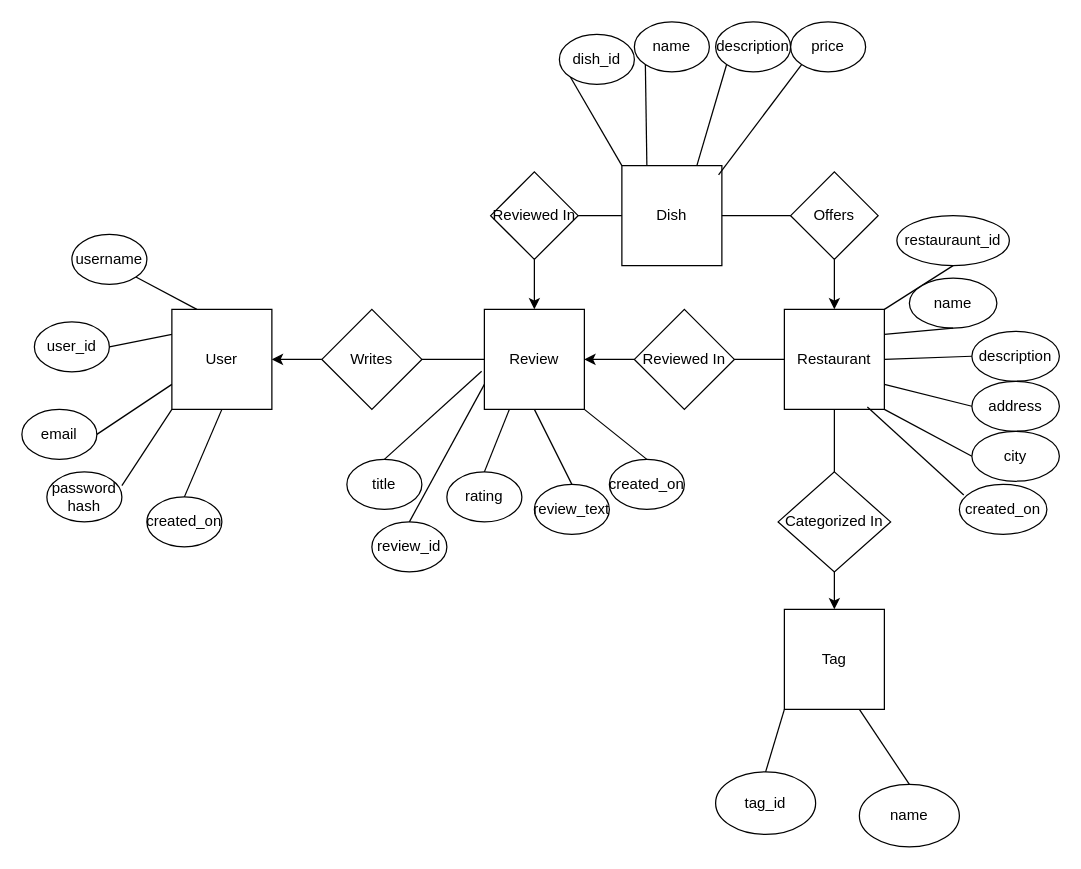
The draw.io diagram diagrams/ERD.drawio in milesrose13/VictoriaEats, before the edit. Source tidied: cells renumbered, new cells numbered last; positions are measured from the earlier drawing's top-left corner, leaving out a move shared by most shapes. Both pictures are drawn from the tidied source at 125%, with x=0, y=0 at pixel (21, 21).
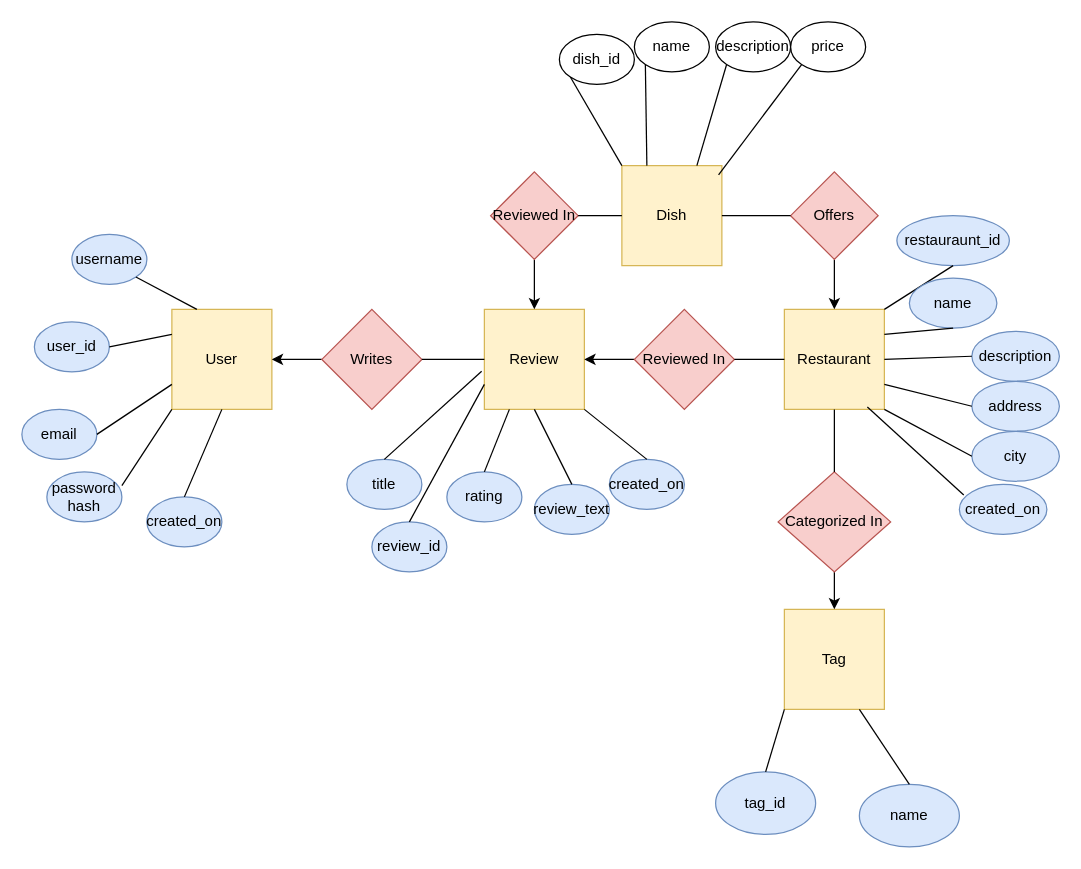
The same page after the edit.

Change to the diagram source:
```diff
@@
-    <mxCell id="2" value="User" style="whiteSpace=wrap;html=1;" parent="1" vertex="1">
+    <mxCell id="2" value="User" style="whiteSpace=wrap;html=1;fillColor=#fff2cc;strokeColor=#d6b656;" parent="1" vertex="1">
       <mxGeometry x="120" y="230" width="80" height="80" as="geometry" />
     </mxCell>
-    <mxCell id="3" value="Review" style="whiteSpace=wrap;html=1;" parent="1" vertex="1">
+    <mxCell id="3" value="Review" style="whiteSpace=wrap;html=1;fillColor=#fff2cc;strokeColor=#d6b656;" parent="1" vertex="1">
       <mxGeometry x="370" y="230" width="80" height="80" as="geometry" />
     </mxCell>
-    <mxCell id="4" value="Restaurant" style="whiteSpace=wrap;html=1;" parent="1" vertex="1">
+    <mxCell id="4" value="Restaurant" style="whiteSpace=wrap;html=1;fillColor=#fff2cc;strokeColor=#d6b656;" parent="1" vertex="1">
       <mxGeometry x="610" y="230" width="80" height="80" as="geometry" />
     </mxCell>
@@
-    <mxCell id="6" value="Writes" style="rhombus;whiteSpace=wrap;html=1;" parent="1" vertex="1">
+    <mxCell id="6" value="Writes" style="rhombus;whiteSpace=wrap;html=1;fillColor=#f8cecc;strokeColor=#b85450;" parent="1" vertex="1">
       <mxGeometry x="240" y="230" width="80" height="80" as="geometry" />
     </mxCell>
@@
-    <mxCell id="8" value="Reviewed In" style="rhombus;whiteSpace=wrap;html=1;" parent="1" vertex="1">
+    <mxCell id="8" value="Reviewed In" style="rhombus;whiteSpace=wrap;html=1;fillColor=#f8cecc;strokeColor=#b85450;" parent="1" vertex="1">
       <mxGeometry x="490" y="230" width="80" height="80" as="geometry" />
     </mxCell>
-    <mxCell id="9" value="&lt;div&gt;Tag&lt;/div&gt;" style="whiteSpace=wrap;html=1;" parent="1" vertex="1">
+    <mxCell id="9" value="&lt;div&gt;Tag&lt;/div&gt;" style="whiteSpace=wrap;html=1;fillColor=#fff2cc;strokeColor=#d6b656;" parent="1" vertex="1">
       <mxGeometry x="610" y="470" width="80" height="80" as="geometry" />
     </mxCell>
@@
-    <mxCell id="11" value="Categorized In" style="rhombus;whiteSpace=wrap;html=1;" parent="1" vertex="1">
+    <mxCell id="11" value="Categorized In" style="rhombus;whiteSpace=wrap;html=1;fillColor=#f8cecc;strokeColor=#b85450;" parent="1" vertex="1">
       <mxGeometry x="605" y="360" width="90" height="80" as="geometry" />
     </mxCell>
@@
-    <mxCell id="15" value="email" style="ellipse;whiteSpace=wrap;html=1;" parent="1" vertex="1">
+    <mxCell id="15" value="email" style="ellipse;whiteSpace=wrap;html=1;fillColor=#dae8fc;strokeColor=#6c8ebf;" parent="1" vertex="1">
       <mxGeometry y="310" width="60" height="40" as="geometry" />
     </mxCell>
-    <mxCell id="16" value="password hash" style="ellipse;whiteSpace=wrap;html=1;" parent="1" vertex="1">
+    <mxCell id="16" value="password hash" style="ellipse;whiteSpace=wrap;html=1;fillColor=#dae8fc;strokeColor=#6c8ebf;" parent="1" vertex="1">
       <mxGeometry x="20" y="360" width="60" height="40" as="geometry" />
     </mxCell>
-    <mxCell id="17" value="user_id" style="ellipse;whiteSpace=wrap;html=1;" parent="1" vertex="1">
+    <mxCell id="17" value="user_id" style="ellipse;whiteSpace=wrap;html=1;fillColor=#dae8fc;strokeColor=#6c8ebf;" parent="1" vertex="1">
       <mxGeometry x="10" y="240" width="60" height="40" as="geometry" />
     </mxCell>
-    <mxCell id="18" value="created_on" style="ellipse;whiteSpace=wrap;html=1;" parent="1" vertex="1">
+    <mxCell id="18" value="created_on" style="ellipse;whiteSpace=wrap;html=1;fillColor=#dae8fc;strokeColor=#6c8ebf;" parent="1" vertex="1">
       <mxGeometry x="100" y="380" width="60" height="40" as="geometry" />
     </mxCell>
-    <mxCell id="19" value="username" style="ellipse;whiteSpace=wrap;html=1;" parent="1" vertex="1">
+    <mxCell id="19" value="username" style="ellipse;whiteSpace=wrap;html=1;fillColor=#dae8fc;strokeColor=#6c8ebf;" parent="1" vertex="1">
       <mxGeometry x="40" y="170" width="60" height="40" as="geometry" />
     </mxCell>
@@
-    <mxCell id="25" value="Dish" style="whiteSpace=wrap;html=1;" parent="1" vertex="1">
+    <mxCell id="25" value="Dish" style="whiteSpace=wrap;html=1;fillColor=#fff2cc;strokeColor=#d6b656;" parent="1" vertex="1">
       <mxGeometry x="480" y="115" width="80" height="80" as="geometry" />
     </mxCell>
@@
-    <mxCell id="27" value="Reviewed In" style="rhombus;whiteSpace=wrap;html=1;" parent="1" vertex="1">
+    <mxCell id="27" value="Reviewed In" style="rhombus;whiteSpace=wrap;html=1;fillColor=#f8cecc;strokeColor=#b85450;" parent="1" vertex="1">
       <mxGeometry x="375" y="120" width="70" height="70" as="geometry" />
     </mxCell>
@@
-    <mxCell id="29" value="Offers" style="rhombus;whiteSpace=wrap;html=1;" parent="1" vertex="1">
+    <mxCell id="29" value="Offers" style="rhombus;whiteSpace=wrap;html=1;fillColor=#f8cecc;strokeColor=#b85450;" parent="1" vertex="1">
       <mxGeometry x="615" y="120" width="70" height="70" as="geometry" />
     </mxCell>
@@
-    <mxCell id="32" value="review_id" style="ellipse;whiteSpace=wrap;html=1;" parent="1" vertex="1">
+    <mxCell id="32" value="review_id" style="ellipse;whiteSpace=wrap;html=1;fillColor=#dae8fc;strokeColor=#6c8ebf;" parent="1" vertex="1">
       <mxGeometry x="280" y="400" width="60" height="40" as="geometry" />
     </mxCell>
@@
-    <mxCell id="34" value="rating" style="ellipse;whiteSpace=wrap;html=1;" parent="1" vertex="1">
+    <mxCell id="34" value="rating" style="ellipse;whiteSpace=wrap;html=1;fillColor=#dae8fc;strokeColor=#6c8ebf;" parent="1" vertex="1">
       <mxGeometry x="340" y="360" width="60" height="40" as="geometry" />
     </mxCell>
@@
-    <mxCell id="36" value="review_text" style="ellipse;whiteSpace=wrap;html=1;" parent="1" vertex="1">
+    <mxCell id="36" value="review_text" style="ellipse;whiteSpace=wrap;html=1;fillColor=#dae8fc;strokeColor=#6c8ebf;" parent="1" vertex="1">
       <mxGeometry x="410" y="370" width="60" height="40" as="geometry" />
     </mxCell>
@@
-    <mxCell id="38" value="created_on" style="ellipse;whiteSpace=wrap;html=1;" parent="1" vertex="1">
+    <mxCell id="38" value="created_on" style="ellipse;whiteSpace=wrap;html=1;fillColor=#dae8fc;strokeColor=#6c8ebf;" parent="1" vertex="1">
       <mxGeometry x="470" y="350" width="60" height="40" as="geometry" />
     </mxCell>
@@
-    <mxCell id="42" value="&lt;div&gt;title&lt;/div&gt;" style="ellipse;whiteSpace=wrap;html=1;" parent="1" vertex="1">
+    <mxCell id="42" value="&lt;div&gt;title&lt;/div&gt;" style="ellipse;whiteSpace=wrap;html=1;fillColor=#dae8fc;strokeColor=#6c8ebf;" parent="1" vertex="1">
       <mxGeometry x="260" y="350" width="60" height="40" as="geometry" />
     </mxCell>
@@
-    <mxCell id="50" value="restauraunt_id" style="ellipse;whiteSpace=wrap;html=1;" parent="1" vertex="1">
+    <mxCell id="50" value="restauraunt_id" style="ellipse;whiteSpace=wrap;html=1;fillColor=#dae8fc;strokeColor=#6c8ebf;" parent="1" vertex="1">
       <mxGeometry x="700" y="155" width="90" height="40" as="geometry" />
     </mxCell>
@@
-    <mxCell id="52" value="name" style="ellipse;whiteSpace=wrap;html=1;" parent="1" vertex="1">
+    <mxCell id="52" value="name" style="ellipse;whiteSpace=wrap;html=1;fillColor=#dae8fc;strokeColor=#6c8ebf;" parent="1" vertex="1">
       <mxGeometry x="710" y="205" width="70" height="40" as="geometry" />
     </mxCell>
@@
-    <mxCell id="54" value="description" style="ellipse;whiteSpace=wrap;html=1;" parent="1" vertex="1">
+    <mxCell id="54" value="description" style="ellipse;whiteSpace=wrap;html=1;fillColor=#dae8fc;strokeColor=#6c8ebf;" parent="1" vertex="1">
       <mxGeometry x="760" y="247.5" width="70" height="40" as="geometry" />
     </mxCell>
@@
-    <mxCell id="56" value="address" style="ellipse;whiteSpace=wrap;html=1;" parent="1" vertex="1">
+    <mxCell id="56" value="address" style="ellipse;whiteSpace=wrap;html=1;fillColor=#dae8fc;strokeColor=#6c8ebf;" parent="1" vertex="1">
       <mxGeometry x="760" y="287.5" width="70" height="40" as="geometry" />
     </mxCell>
@@
-    <mxCell id="58" value="city" style="ellipse;whiteSpace=wrap;html=1;" parent="1" vertex="1">
+    <mxCell id="58" value="city" style="ellipse;whiteSpace=wrap;html=1;fillColor=#dae8fc;strokeColor=#6c8ebf;" parent="1" vertex="1">
       <mxGeometry x="760" y="327.5" width="70" height="40" as="geometry" />
     </mxCell>
@@
-    <mxCell id="60" value="created_on" style="ellipse;whiteSpace=wrap;html=1;" parent="1" vertex="1">
+    <mxCell id="60" value="created_on" style="ellipse;whiteSpace=wrap;html=1;fillColor=#dae8fc;strokeColor=#6c8ebf;" parent="1" vertex="1">
       <mxGeometry x="750" y="370" width="70" height="40" as="geometry" />
     </mxCell>
@@
-    <mxCell id="62" value="tag_id" style="ellipse;whiteSpace=wrap;html=1;" parent="1" vertex="1">
+    <mxCell id="62" value="tag_id" style="ellipse;whiteSpace=wrap;html=1;fillColor=#dae8fc;strokeColor=#6c8ebf;" parent="1" vertex="1">
       <mxGeometry x="555" y="600" width="80" height="50" as="geometry" />
     </mxCell>
-    <mxCell id="63" value="name" style="ellipse;whiteSpace=wrap;html=1;" parent="1" vertex="1">
+    <mxCell id="63" value="name" style="ellipse;whiteSpace=wrap;html=1;fillColor=#dae8fc;strokeColor=#6c8ebf;" parent="1" vertex="1">
       <mxGeometry x="670" y="610" width="80" height="50" as="geometry" />
     </mxCell>
```
